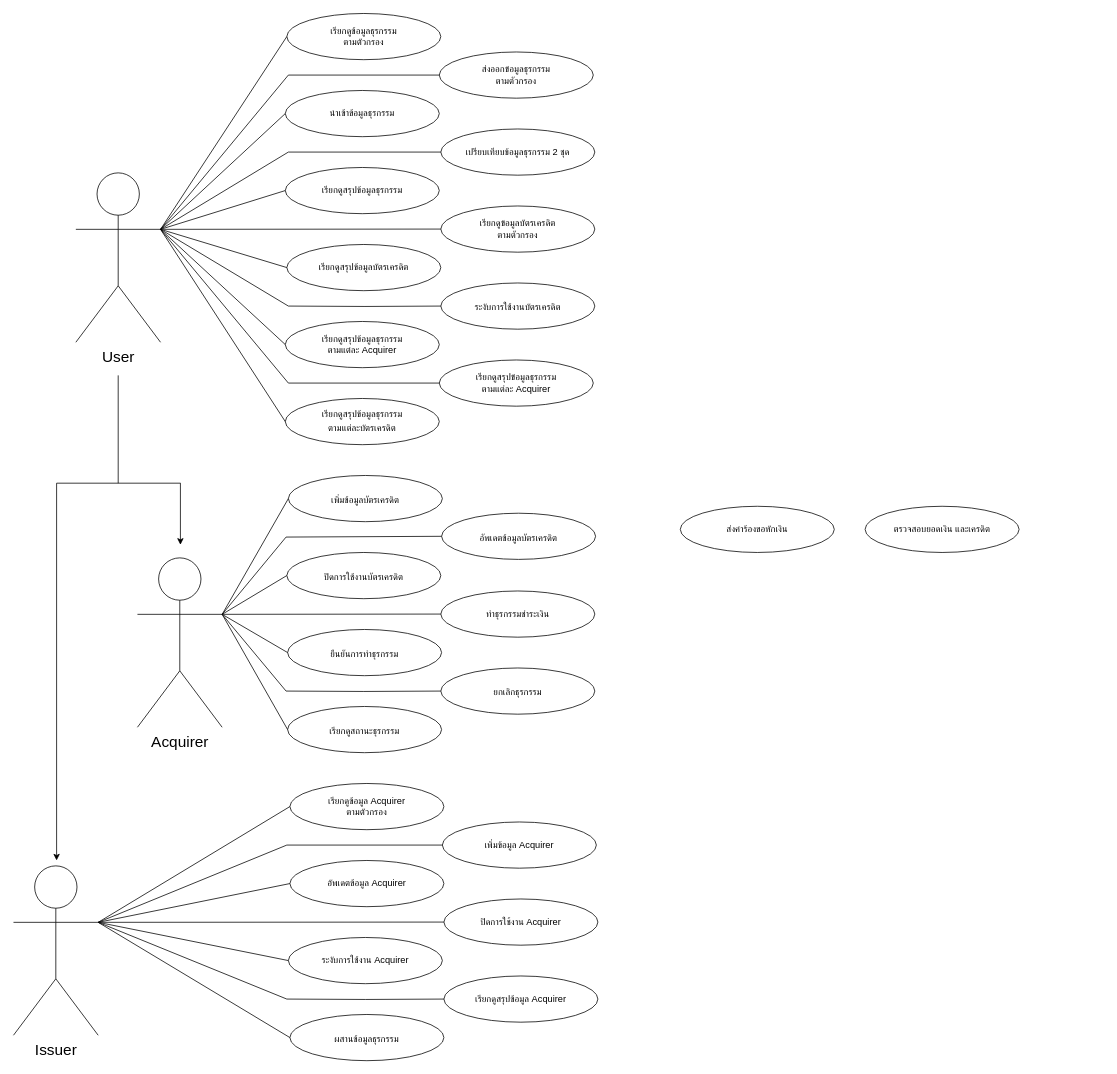
Earlier version of the draw.io diagram usecase.drawio (jarawin/issuer-server). Source tidied: cells renumbered, new cells numbered last; positions are measured from the earlier drawing's top-left corner, leaving out a move shared by most shapes. Both pictures are drawn from the tidied source at 77%, with x=0, y=0 at pixel (13, 13).
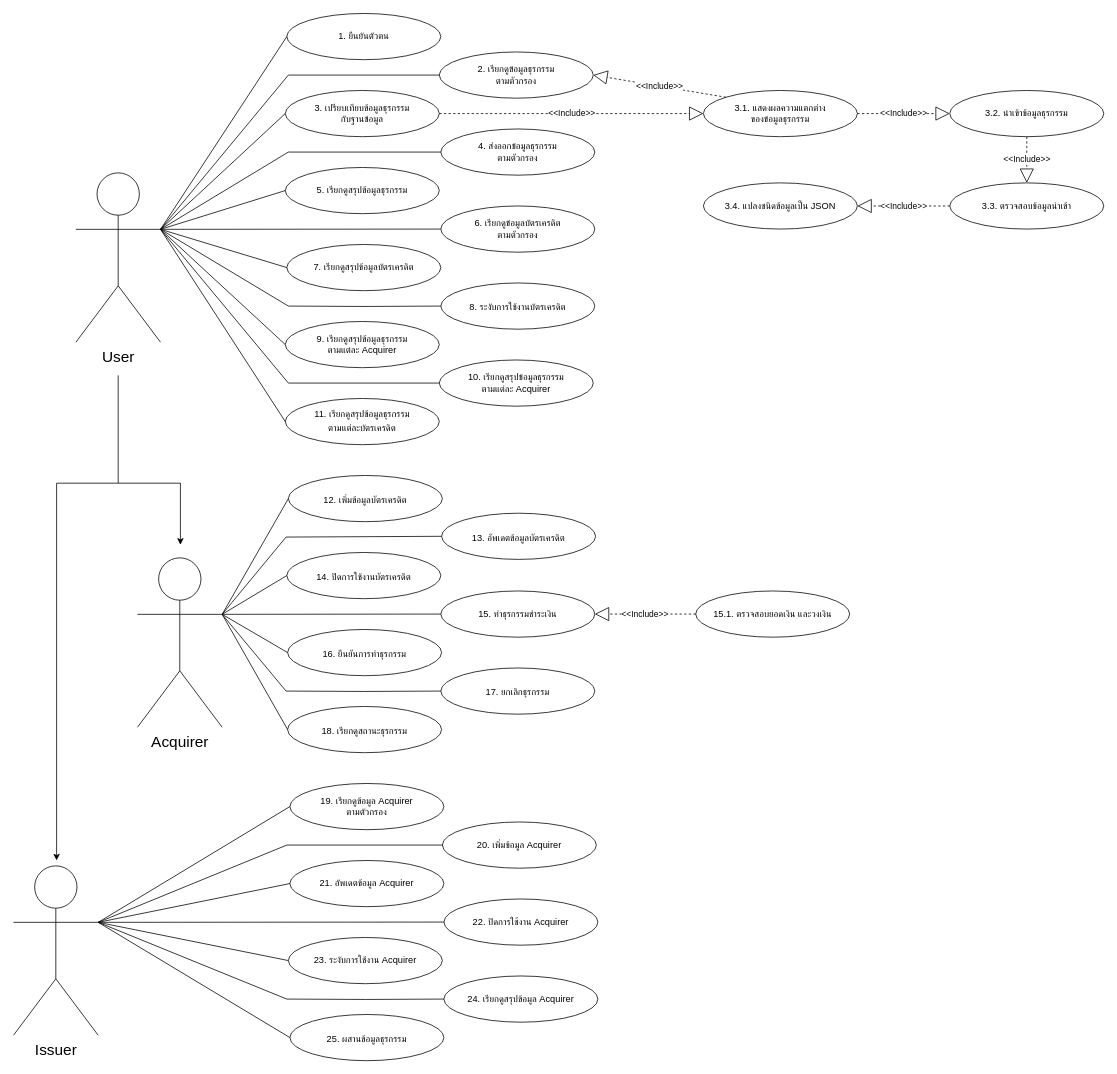
The same page after the edit.

Diff of the diagram source:
```diff
@@
-    <mxCell id="9" value="เพิ่มข้อมูล Acquirer" style="ellipse;whiteSpace=wrap;html=1;" parent="1" vertex="1">
+    <mxCell id="9" value="20. เพิ่มข้อมูล Acquirer" style="ellipse;whiteSpace=wrap;html=1;" parent="1" vertex="1">
       <mxGeometry x="557" y="1050" width="200" height="60" as="geometry" />
     </mxCell>
-    <mxCell id="10" value="อัพเดตข้อมูล Acquirer" style="ellipse;whiteSpace=wrap;html=1;" parent="1" vertex="1">
+    <mxCell id="10" value="21. อัพเดตข้อมูล Acquirer" style="ellipse;whiteSpace=wrap;html=1;" parent="1" vertex="1">
       <mxGeometry x="359" y="1100" width="200" height="60" as="geometry" />
     </mxCell>
-    <mxCell id="11" value="ปิดการใช้งาน Acquirer" style="ellipse;whiteSpace=wrap;html=1;" parent="1" vertex="1">
+    <mxCell id="11" value="22. ปิดการใช้งาน Acquirer" style="ellipse;whiteSpace=wrap;html=1;" parent="1" vertex="1">
       <mxGeometry x="559" y="1150" width="200" height="60" as="geometry" />
     </mxCell>
-    <mxCell id="12" value="เรียกดูข้อมูล Acquirer&lt;br&gt;ตามตัวกรอง" style="ellipse;whiteSpace=wrap;html=1;" parent="1" vertex="1">
+    <mxCell id="12" value="19. เรียกดูข้อมูล Acquirer&lt;br&gt;ตามตัวกรอง" style="ellipse;whiteSpace=wrap;html=1;" parent="1" vertex="1">
       <mxGeometry x="359" y="1000" width="200" height="60" as="geometry" />
     </mxCell>
-    <mxCell id="13" value="ระงับการใช้งาน Acquirer" style="ellipse;whiteSpace=wrap;html=1;" parent="1" vertex="1">
+    <mxCell id="13" value="23. ระงับการใช้งาน Acquirer" style="ellipse;whiteSpace=wrap;html=1;" parent="1" vertex="1">
       <mxGeometry x="357" y="1200" width="200" height="60" as="geometry" />
     </mxCell>
-    <mxCell id="14" value="เพิ่มข้อมูลบัตรเครดิต&lt;span style=&quot;font-size: medium; text-align: start;&quot;&gt;&lt;/span&gt;" style="ellipse;whiteSpace=wrap;html=1;" parent="1" vertex="1">
+    <mxCell id="14" value="12. เพิ่มข้อมูลบัตรเครดิต&lt;span style=&quot;font-size: medium; text-align: start;&quot;&gt;&lt;/span&gt;" style="ellipse;whiteSpace=wrap;html=1;" parent="1" vertex="1">
       <mxGeometry x="357" y="600" width="200" height="60" as="geometry" />
     </mxCell>
-    <mxCell id="15" value="อัพเดตข้อมูลบัตรเครดิต&lt;span style=&quot;font-size: medium; text-align: start;&quot;&gt;&lt;/span&gt;" style="ellipse;whiteSpace=wrap;html=1;" parent="1" vertex="1">
+    <mxCell id="15" value="13. อัพเดตข้อมูลบัตรเครดิต&lt;span style=&quot;font-size: medium; text-align: start;&quot;&gt;&lt;/span&gt;" style="ellipse;whiteSpace=wrap;html=1;" parent="1" vertex="1">
       <mxGeometry x="556" y="649" width="200" height="60" as="geometry" />
     </mxCell>
-    <mxCell id="16" value="ปิดการใช้งานบัตรเครดิต&lt;span style=&quot;font-size: medium; text-align: start;&quot;&gt;&lt;/span&gt;" style="ellipse;whiteSpace=wrap;html=1;" parent="1" vertex="1">
+    <mxCell id="16" value="14. ปิดการใช้งานบัตรเครดิต&lt;span style=&quot;font-size: medium; text-align: start;&quot;&gt;&lt;/span&gt;" style="ellipse;whiteSpace=wrap;html=1;" parent="1" vertex="1">
       <mxGeometry x="355" y="700" width="200" height="60" as="geometry" />
     </mxCell>
-    <mxCell id="17" value="&lt;font style=&quot;font-size: 12px;&quot;&gt;เรียกดูข้อมูลบัตรเครดิต&lt;span style=&quot;text-align: start;&quot;&gt;&lt;/span&gt;&lt;br&gt;ตามตัวกรอง&lt;/font&gt;" style="ellipse;whiteSpace=wrap;html=1;" parent="1" vertex="1">
+    <mxCell id="17" value="&lt;font style=&quot;font-size: 12px;&quot;&gt;6. เรียกดูข้อมูลบัตรเครดิต&lt;span style=&quot;text-align: start;&quot;&gt;&lt;/span&gt;&lt;br&gt;ตามตัวกรอง&lt;/font&gt;" style="ellipse;whiteSpace=wrap;html=1;" parent="1" vertex="1">
       <mxGeometry x="555" y="250" width="200" height="60" as="geometry" />
     </mxCell>
-    <mxCell id="18" value="ระงับการใช้งานบัตรเครดิต&lt;span style=&quot;font-size: medium; text-align: start;&quot;&gt;&lt;/span&gt;" style="ellipse;whiteSpace=wrap;html=1;" parent="1" vertex="1">
+    <mxCell id="18" value="8. ระงับการใช้งานบัตรเครดิต&lt;span style=&quot;font-size: medium; text-align: start;&quot;&gt;&lt;/span&gt;" style="ellipse;whiteSpace=wrap;html=1;" parent="1" vertex="1">
       <mxGeometry x="555" y="350" width="200" height="60" as="geometry" />
     </mxCell>
-    <mxCell id="19" value="เรียกดูสรุปข้อมูล Acquirer" style="ellipse;whiteSpace=wrap;html=1;" parent="1" vertex="1">
+    <mxCell id="19" value="24. เรียกดูสรุปข้อมูล Acquirer" style="ellipse;whiteSpace=wrap;html=1;" parent="1" vertex="1">
       <mxGeometry x="559" y="1250" width="200" height="60" as="geometry" />
     </mxCell>
-    <mxCell id="20" value="เรียกดูสรุปข้อมูลบัตรเครดิต" style="ellipse;whiteSpace=wrap;html=1;" parent="1" vertex="1">
+    <mxCell id="20" value="7. เรียกดูสรุปข้อมูลบัตรเครดิต" style="ellipse;whiteSpace=wrap;html=1;" parent="1" vertex="1">
       <mxGeometry x="355" y="300" width="200" height="60" as="geometry" />
     </mxCell>
-    <mxCell id="21" value="&lt;font style=&quot;font-size: 12px;&quot;&gt;เรียกดูข้อมูลธุรกรรม&lt;br&gt;ตามตัวกรอง&lt;/font&gt;" style="ellipse;whiteSpace=wrap;html=1;" parent="1" vertex="1">
+    <mxCell id="21" value="&lt;font style=&quot;font-size: 12px;&quot;&gt;1. ยืนยันตัวตน&lt;/font&gt;" style="ellipse;whiteSpace=wrap;html=1;" parent="1" vertex="1">
       <mxGeometry x="355" width="200" height="60" as="geometry" />
     </mxCell>
-    <mxCell id="22" value="ส่งออกข้อมูลธุรกรรม&lt;br&gt;ตามตัวกรอง" style="ellipse;whiteSpace=wrap;html=1;" parent="1" vertex="1">
+    <mxCell id="22" value="2.&amp;nbsp;เรียกดูข้อมูลธุรกรรม&lt;br style=&quot;border-color: var(--border-color);&quot;&gt;ตามตัวกรอง" style="ellipse;whiteSpace=wrap;html=1;" parent="1" vertex="1">
       <mxGeometry x="553" y="50" width="200" height="60" as="geometry" />
     </mxCell>
-    <mxCell id="23" value="นำเข้าข้อมูลธุรกรรม" style="ellipse;whiteSpace=wrap;html=1;" parent="1" vertex="1">
+    <mxCell id="23" value="3. เปรียบเทียบข้อมูลธุรกรรม&lt;br&gt;กับฐานข้อมูล" style="ellipse;whiteSpace=wrap;html=1;" parent="1" vertex="1">
       <mxGeometry x="353" y="100" width="200" height="60" as="geometry" />
     </mxCell>
-    <mxCell id="24" value="เรียกดูสรุปข้อมูลธุรกรรม" style="ellipse;whiteSpace=wrap;html=1;" parent="1" vertex="1">
+    <mxCell id="24" value="5. เรียกดูสรุปข้อมูลธุรกรรม" style="ellipse;whiteSpace=wrap;html=1;" parent="1" vertex="1">
       <mxGeometry x="353" y="200" width="200" height="60" as="geometry" />
     </mxCell>
-    <mxCell id="25" value="ทำธุรกรรมชำระเงิน" style="ellipse;whiteSpace=wrap;html=1;" parent="1" vertex="1">
+    <mxCell id="25" value="15. ทำธุรกรรมชำระเงิน" style="ellipse;whiteSpace=wrap;html=1;" parent="1" vertex="1">
       <mxGeometry x="555" y="750" width="200" height="60" as="geometry" />
     </mxCell>
-    <mxCell id="26" value="ยืนยันการทำธุรกรรม&lt;span style=&quot;font-size: medium; text-align: start;&quot;&gt;&lt;/span&gt;" style="ellipse;whiteSpace=wrap;html=1;" parent="1" vertex="1">
+    <mxCell id="26" value="16. ยืนยันการทำธุรกรรม&lt;span style=&quot;font-size: medium; text-align: start;&quot;&gt;&lt;/span&gt;" style="ellipse;whiteSpace=wrap;html=1;" parent="1" vertex="1">
       <mxGeometry x="356" y="800" width="200" height="60" as="geometry" />
     </mxCell>
-    <mxCell id="27" value="เปรียบเทียบข้อมูลธุรกรรม 2 ชุด" style="ellipse;whiteSpace=wrap;html=1;" parent="1" vertex="1">
+    <mxCell id="27" value="4.&amp;nbsp;ส่งออกข้อมูลธุรกรรม&lt;br style=&quot;border-color: var(--border-color);&quot;&gt;ตามตัวกรอง" style="ellipse;whiteSpace=wrap;html=1;" parent="1" vertex="1">
       <mxGeometry x="555" y="150" width="200" height="60" as="geometry" />
     </mxCell>
-    <mxCell id="28" value="ผสานข้อมูลธุรกรรม&lt;span style=&quot;font-size: medium; text-align: start;&quot;&gt;&lt;/span&gt;" style="ellipse;whiteSpace=wrap;html=1;" parent="1" vertex="1">
+    <mxCell id="28" value="25. ผสานข้อมูลธุรกรรม&lt;span style=&quot;font-size: medium; text-align: start;&quot;&gt;&lt;/span&gt;" style="ellipse;whiteSpace=wrap;html=1;" parent="1" vertex="1">
       <mxGeometry x="359" y="1300" width="200" height="60" as="geometry" />
     </mxCell>
-    <mxCell id="29" value="ยกเลิกธุรกรรม&lt;span style=&quot;font-size: medium; text-align: start;&quot;&gt;&lt;/span&gt;" style="ellipse;whiteSpace=wrap;html=1;" parent="1" vertex="1">
+    <mxCell id="29" value="17. ยกเลิกธุรกรรม&lt;span style=&quot;font-size: medium; text-align: start;&quot;&gt;&lt;/span&gt;" style="ellipse;whiteSpace=wrap;html=1;" parent="1" vertex="1">
       <mxGeometry x="555" y="850" width="200" height="60" as="geometry" />
     </mxCell>
-    <mxCell id="30" value="เรียกดูสถานะธุรกรรม&lt;span style=&quot;font-size: medium; text-align: start;&quot;&gt;&lt;/span&gt;" style="ellipse;whiteSpace=wrap;html=1;" parent="1" vertex="1">
+    <mxCell id="30" value="18. เรียกดูสถานะธุรกรรม&lt;span style=&quot;font-size: medium; text-align: start;&quot;&gt;&lt;/span&gt;" style="ellipse;whiteSpace=wrap;html=1;" parent="1" vertex="1">
       <mxGeometry x="356" y="900" width="200" height="60" as="geometry" />
     </mxCell>
-    <mxCell id="31" value="เรียกดูสรุปข้อมูลธุรกรรม&lt;br&gt;ตามแต่ละ Acquirer" style="ellipse;whiteSpace=wrap;html=1;" parent="1" vertex="1">
+    <mxCell id="31" value="9. เรียกดูสรุปข้อมูลธุรกรรม&lt;br&gt;ตามแต่ละ Acquirer" style="ellipse;whiteSpace=wrap;html=1;" parent="1" vertex="1">
       <mxGeometry x="353" y="400" width="200" height="60" as="geometry" />
     </mxCell>
-    <mxCell id="32" value="เรียกดูสรุปข้อมูลธุรกรรม&lt;br&gt;ตามแต่ละ Acquirer" style="ellipse;whiteSpace=wrap;html=1;" parent="1" vertex="1">
+    <mxCell id="32" value="10. เรียกดูสรุปข้อมูลธุรกรรม&lt;br&gt;ตามแต่ละ Acquirer" style="ellipse;whiteSpace=wrap;html=1;" parent="1" vertex="1">
       <mxGeometry x="553" y="450" width="200" height="60" as="geometry" />
     </mxCell>
-    <mxCell id="33" value="เรียกดูสรุปข้อมูลธุรกรรม&lt;br&gt;ตามแต่ละบัตรเครดิต&lt;span style=&quot;font-size: medium; text-align: start;&quot;&gt;&lt;/span&gt;" style="ellipse;whiteSpace=wrap;html=1;" parent="1" vertex="1">
+    <mxCell id="33" value="11. เรียกดูสรุปข้อมูลธุรกรรม&lt;br&gt;ตามแต่ละบัตรเครดิต&lt;span style=&quot;font-size: medium; text-align: start;&quot;&gt;&lt;/span&gt;" style="ellipse;whiteSpace=wrap;html=1;" parent="1" vertex="1">
       <mxGeometry x="353" y="500" width="200" height="60" as="geometry" />
     </mxCell>
@@
-    <mxCell id="67" value="ส่งคำร้องขอหักเงิน" style="ellipse;whiteSpace=wrap;html=1;" parent="1" vertex="1">
-      <mxGeometry x="866" y="640" width="200" height="60" as="geometry" />
-    </mxCell>
-    <mxCell id="68" value="ตรวจสอบยอดเงิน และเครดิต" style="ellipse;whiteSpace=wrap;html=1;" parent="1" vertex="1">
-      <mxGeometry x="1106" y="640" width="200" height="60" as="geometry" />
+    <mxCell id="68" value="15.1. ตรวจสอบยอดเงิน และวงเงิน" style="ellipse;whiteSpace=wrap;html=1;" parent="1" vertex="1">
+      <mxGeometry x="886" y="750" width="200" height="60" as="geometry" />
     </mxCell>
+    <mxCell id="69" value="&amp;lt;&amp;lt;Include&amp;gt;&amp;gt;" style="endArrow=block;endSize=16;endFill=0;html=1;rounded=0;entryX=1;entryY=0.5;entryDx=0;entryDy=0;exitX=0;exitY=0.5;exitDx=0;exitDy=0;dashed=1;" parent="1" edge="1" source="68" target="25">
+      <mxGeometry relative="1" as="geometry" />
+    </mxCell>
+    <mxCell id="70" value="3.3. ตรวจสอบข้อมูลนำเข้า" style="ellipse;whiteSpace=wrap;html=1;" parent="1" vertex="1">
+      <mxGeometry x="1216" y="220" width="200" height="60" as="geometry" />
+    </mxCell>
+    <mxCell id="71" value="&amp;lt;&amp;lt;Include&amp;gt;&amp;gt;" style="endArrow=block;endSize=16;endFill=0;html=1;rounded=0;exitX=1;exitY=0.5;exitDx=0;exitDy=0;dashed=1;entryX=0;entryY=0.5;entryDx=0;entryDy=0;" parent="1" edge="1" source="23" target="73">
+      <mxGeometry relative="1" as="geometry" />
+    </mxCell>
+    <mxCell id="72" value="3.4. แปลงชนิดข้อมูลเป็น JSON" style="ellipse;whiteSpace=wrap;html=1;" parent="1" vertex="1">
+      <mxGeometry x="896" y="220" width="200" height="60" as="geometry" />
+    </mxCell>
+    <mxCell id="73" value="3.1. แสดงผลความแตกต่าง&lt;br&gt;ของข้อมูลธุรกรรม" style="ellipse;whiteSpace=wrap;html=1;" parent="1" vertex="1">
+      <mxGeometry x="896" y="100" width="200" height="60" as="geometry" />
+    </mxCell>
+    <mxCell id="74" value="&amp;lt;&amp;lt;Include&amp;gt;&amp;gt;" style="endArrow=block;endSize=16;endFill=0;html=1;rounded=0;exitX=0;exitY=0.5;exitDx=0;exitDy=0;dashed=1;entryX=1;entryY=0.5;entryDx=0;entryDy=0;" parent="1" edge="1" source="70" target="72">
+      <mxGeometry relative="1" as="geometry" />
+    </mxCell>
+    <mxCell id="75" value="3.2.&amp;nbsp;นำเข้าข้อมูลธุรกรรม" style="ellipse;whiteSpace=wrap;html=1;" parent="1" vertex="1">
+      <mxGeometry x="1216" y="100" width="200" height="60" as="geometry" />
+    </mxCell>
+    <mxCell id="76" value="&amp;lt;&amp;lt;Include&amp;gt;&amp;gt;" style="endArrow=block;endSize=16;endFill=0;html=1;rounded=0;exitX=0.5;exitY=1;exitDx=0;exitDy=0;dashed=1;entryX=0.5;entryY=0;entryDx=0;entryDy=0;" parent="1" edge="1" source="75" target="70">
+      <mxGeometry relative="1" as="geometry" />
+    </mxCell>
+    <mxCell id="77" value="&amp;lt;&amp;lt;Include&amp;gt;&amp;gt;" style="endArrow=block;endSize=16;endFill=0;html=1;rounded=0;dashed=1;entryX=0;entryY=0.5;entryDx=0;entryDy=0;exitX=1;exitY=0.5;exitDx=0;exitDy=0;" parent="1" edge="1" source="73" target="75">
+      <mxGeometry relative="1" as="geometry" />
+    </mxCell>
+    <mxCell id="78" value="&amp;lt;&amp;lt;Include&amp;gt;&amp;gt;" style="endArrow=block;endSize=16;endFill=0;html=1;rounded=0;dashed=1;entryX=1;entryY=0.5;entryDx=0;entryDy=0;exitX=0;exitY=0;exitDx=0;exitDy=0;" parent="1" edge="1" source="73" target="22">
+      <mxGeometry relative="1" as="geometry" />
+    </mxCell>
```
